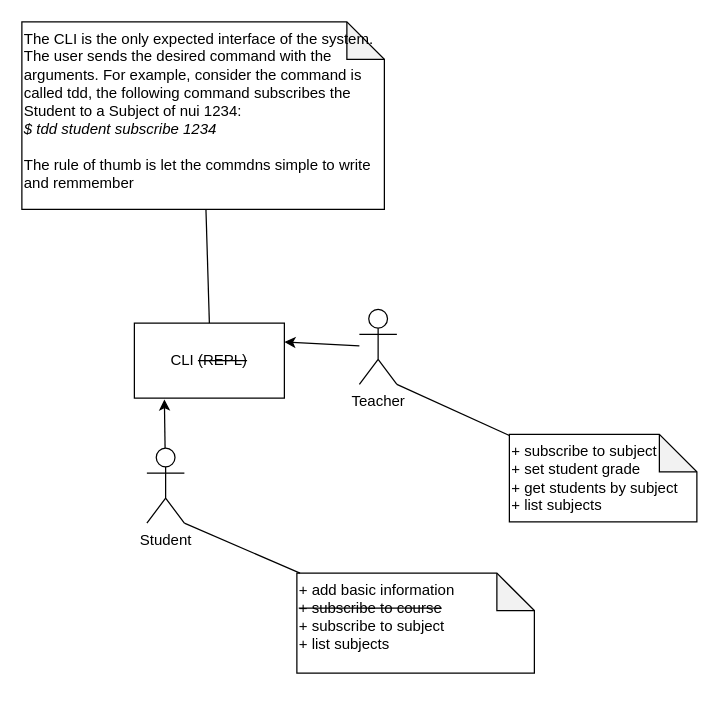
The draw.io diagram page "CLI" (2 of 10) of architecture/components-phase1.drawio in douglasdcm/tdd_detroid, before the edit. Source tidied: cells renumbered, new cells numbered last; positions are measured from the earlier drawing's top-left corner, leaving out a move shared by most shapes. Both pictures are drawn from the tidied source at 125%, with x=0, y=0 at pixel (21, 21).
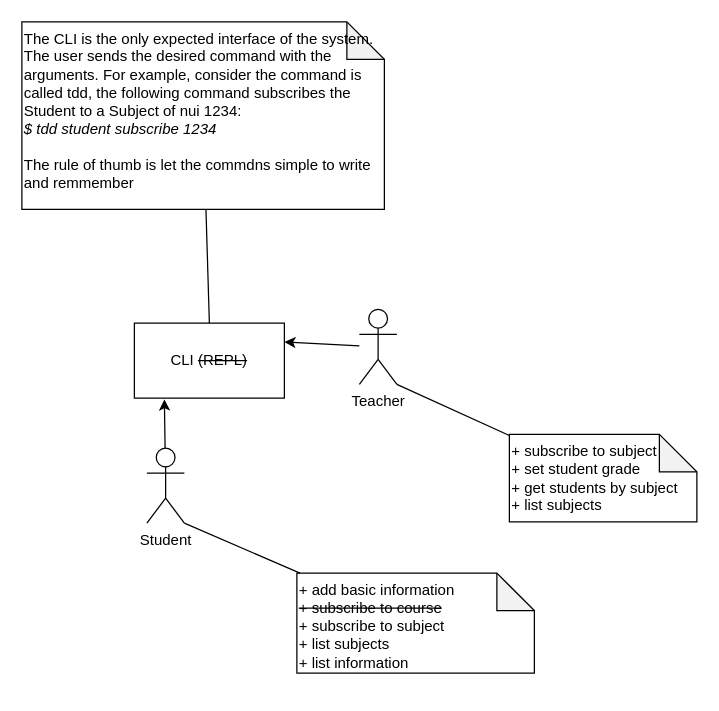
The same page after the edit.

What changed in the source:
```diff
@@
 <mxGraphModel>
   <root>
     <mxCell id="0" />
     <mxCell id="1" parent="0" />
     <mxCell id="2" value="CLI &lt;strike&gt;(REPL)&lt;/strike&gt;" style="rounded=0;whiteSpace=wrap;html=1;" parent="1" vertex="1">
       <mxGeometry x="90" y="241" width="120" height="60" as="geometry" />
     </mxCell>
-    <mxCell id="3" value="+ add basic information&lt;div&gt;&lt;strike&gt;+ subscribe to course&lt;/strike&gt;&lt;/div&gt;&lt;div&gt;+ subscribe to subject&lt;/div&gt;&lt;div&gt;+ list subjects&lt;/div&gt;&lt;div&gt;&lt;br&gt;&lt;/div&gt;" style="shape=note;whiteSpace=wrap;html=1;backgroundOutline=1;darkOpacity=0.05;align=left;verticalAlign=top;" parent="1" vertex="1">
+    <mxCell id="3" value="+ add basic information&lt;div&gt;&lt;strike&gt;+ subscribe to course&lt;/strike&gt;&lt;/div&gt;&lt;div&gt;+ subscribe to subject&lt;/div&gt;&lt;div&gt;+ list subjects&lt;/div&gt;&lt;div&gt;+ list information&lt;/div&gt;&lt;div&gt;&lt;br&gt;&lt;/div&gt;" style="shape=note;whiteSpace=wrap;html=1;backgroundOutline=1;darkOpacity=0.05;align=left;verticalAlign=top;" parent="1" vertex="1">
       <mxGeometry x="220" y="441" width="190" height="80" as="geometry" />
     </mxCell>
     <mxCell id="4" value="Student" style="shape=umlActor;verticalLabelPosition=bottom;verticalAlign=top;html=1;outlineConnect=0;" parent="1" vertex="1">
       <mxGeometry x="100" y="341" width="30" height="60" as="geometry" />
     </mxCell>
     <mxCell id="5" style="edgeStyle=none;html=1;entryX=0.2;entryY=1.017;entryDx=0;entryDy=0;entryPerimeter=0;" parent="1" edge="1" source="4" target="2">
       <mxGeometry relative="1" as="geometry" />
     </mxCell>
     <mxCell id="6" style="edgeStyle=none;html=1;entryX=1;entryY=1;entryDx=0;entryDy=0;entryPerimeter=0;endArrow=none;endFill=0;" parent="1" edge="1" source="3" target="4">
       <mxGeometry relative="1" as="geometry" />
     </mxCell>
     <mxCell id="7" value="+ subscribe to subject&lt;div&gt;+ set student grade&lt;/div&gt;&lt;div&gt;+ get students by subject&lt;/div&gt;&lt;div&gt;+ list subjects&lt;/div&gt;" style="shape=note;whiteSpace=wrap;html=1;backgroundOutline=1;darkOpacity=0.05;align=left;verticalAlign=top;" parent="1" vertex="1">
       <mxGeometry x="390" y="330" width="150" height="70" as="geometry" />
     </mxCell>
     <mxCell id="8" value="Teacher" style="shape=umlActor;verticalLabelPosition=bottom;verticalAlign=top;html=1;outlineConnect=0;" parent="1" vertex="1">
       <mxGeometry x="270" y="230" width="30" height="60" as="geometry" />
     </mxCell>
     <mxCell id="9" style="edgeStyle=none;html=1;entryX=1;entryY=0.25;entryDx=0;entryDy=0;" parent="1" edge="1" source="8" target="2">
       <mxGeometry relative="1" as="geometry" />
     </mxCell>
     <mxCell id="10" style="edgeStyle=none;html=1;entryX=1;entryY=1;entryDx=0;entryDy=0;entryPerimeter=0;endArrow=none;endFill=0;" parent="1" edge="1" source="7" target="8">
       <mxGeometry relative="1" as="geometry" />
     </mxCell>
     <mxCell id="11" style="edgeStyle=none;html=1;entryX=0.5;entryY=0;entryDx=0;entryDy=0;endArrow=none;endFill=0;" parent="1" edge="1" source="12" target="2">
       <mxGeometry relative="1" as="geometry" />
     </mxCell>
     <mxCell id="12" value="&lt;div&gt;The CLI is the only expected interface of the system. The user sends the desired command with the arguments. For example, consider the command is called tdd, the following command subscribes the Student to a Subject of nui 1234:&lt;/div&gt;&lt;div&gt;&lt;i&gt;$ tdd student subscribe 1234&lt;/i&gt;&lt;/div&gt;&lt;div&gt;&lt;br&gt;&lt;/div&gt;&lt;div&gt;The rule of thumb is let the commdns simple to write and remmember&lt;/div&gt;" style="shape=note;whiteSpace=wrap;html=1;backgroundOutline=1;darkOpacity=0.05;align=left;verticalAlign=top;" parent="1" vertex="1">
       <mxGeometry width="290" height="150" as="geometry" />
     </mxCell>
   </root>
 </mxGraphModel>
```
